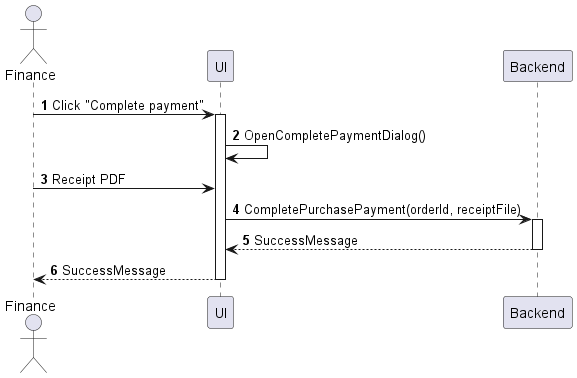
Before: sequences/purchase-order-complete-payment.png, a diagram exported from PlantUML (phihungha/scmss-reqs).
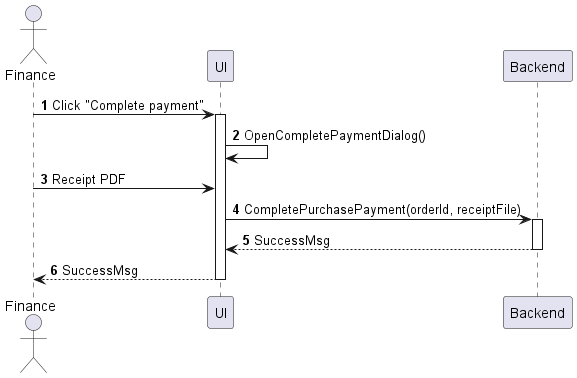
Later version of the same file.

The edit, as a diff of the source:
```diff
@@ -11,6 +11,6 @@
 a -> f : Receipt PDF
 f -> b : CompletePurchasePayment(orderId, receiptFile)
 activate b
-return SuccessMessage
-return SuccessMessage
+return SuccessMsg
+return SuccessMsg
 @enduml
```
